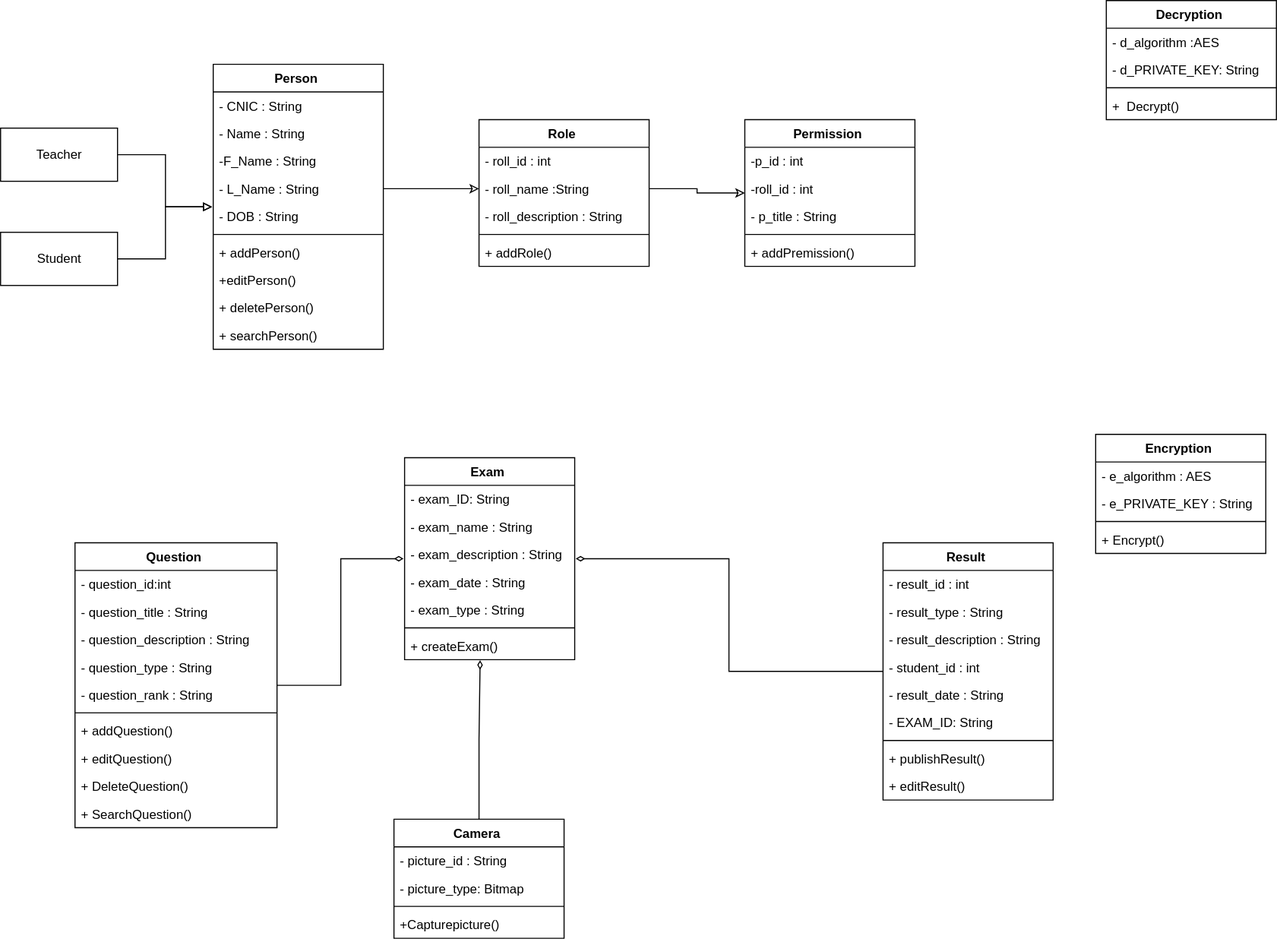
Zaeem6100/FYP-Documents keeps this draw.io diagram as Class Diagram.drawio.svg. Above is the earlier version. Source tidied: cells renumbered, new cells last; positions are measured from the earlier drawing's top-left corner, leaving out a move shared by most shapes.
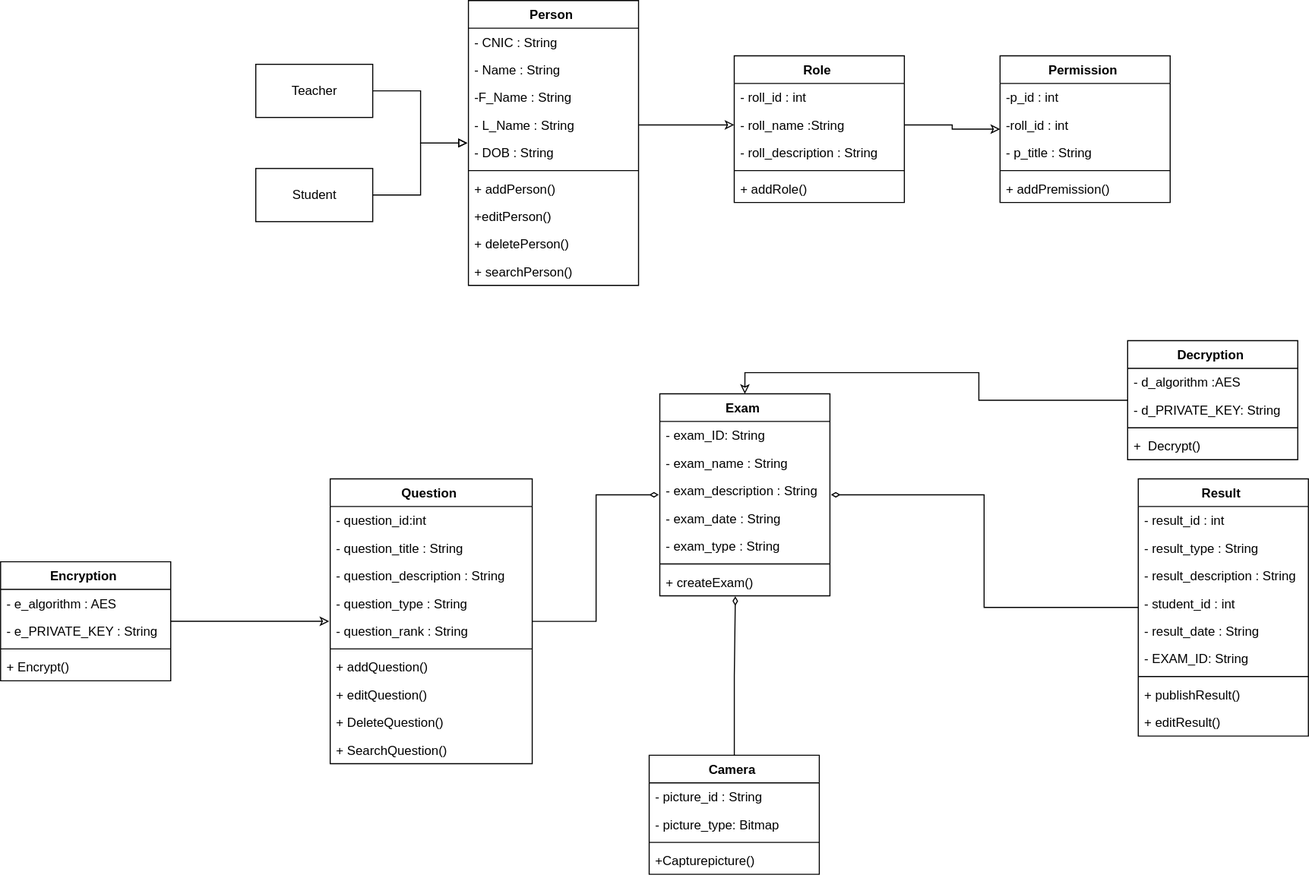
After the change.

Change to the diagram source:
```diff
@@ -146,8 +146,11 @@
     <mxCell id="49" value="+Capturepicture()" style="text;strokeColor=none;fillColor=none;align=left;verticalAlign=top;spacingLeft=4;spacingRight=4;overflow=hidden;" parent="45" vertex="1">
       <mxGeometry y="86" width="160" height="26" as="geometry" />
     </mxCell>
+    <mxCell id="78" style="edgeStyle=orthogonalEdgeStyle;rounded=0;sketch=0;jumpSize=17;jettySize=auto;html=1;shadow=0;endArrow=classic;endFill=0;targetPerimeterSpacing=1;strokeColor=#000000;strokeWidth=1;" parent="1" edge="1" source="50" target="22">
+      <mxGeometry relative="1" as="geometry" />
+    </mxCell>
     <mxCell id="50" value="Encryption " style="swimlane;fontStyle=1;align=center;verticalAlign=top;horizontal=1;startSize=26;" parent="1" vertex="1">
-      <mxGeometry x="1030" y="408" width="160" height="112" as="geometry" />
+      <mxGeometry x="-240" y="588" width="160" height="112" as="geometry" />
     </mxCell>
     <mxCell id="51" value="- e_algorithm : AES" style="text;strokeColor=none;fillColor=none;align=left;verticalAlign=top;spacingLeft=4;spacingRight=4;overflow=hidden;" parent="50" vertex="1">
       <mxGeometry y="26" width="160" height="26" as="geometry" />
@@ -161,8 +164,11 @@
     <mxCell id="54" value="+ Encrypt()" style="text;strokeColor=none;fillColor=none;align=left;verticalAlign=top;spacingLeft=4;spacingRight=4;overflow=hidden;" parent="50" vertex="1">
       <mxGeometry y="86" width="160" height="26" as="geometry" />
     </mxCell>
+    <mxCell id="79" style="edgeStyle=orthogonalEdgeStyle;rounded=0;sketch=0;jumpSize=17;jettySize=auto;html=1;shadow=0;endArrow=classic;endFill=0;targetPerimeterSpacing=1;strokeColor=#000000;strokeWidth=1;entryX=0.5;entryY=0;entryDx=0;entryDy=0;" parent="1" edge="1" source="55" target="13">
+      <mxGeometry relative="1" as="geometry" />
+    </mxCell>
     <mxCell id="55" value="Decryption " style="swimlane;fontStyle=1;align=center;verticalAlign=top;horizontal=1;startSize=26;" parent="1" vertex="1">
-      <mxGeometry x="1040" width="160" height="112" as="geometry" />
+      <mxGeometry x="820" y="380" width="160" height="112" as="geometry" />
     </mxCell>
     <mxCell id="56" value="- d_algorithm :AES " style="text;strokeColor=none;fillColor=none;align=left;verticalAlign=top;spacingLeft=4;spacingRight=4;overflow=hidden;" parent="55" vertex="1">
       <mxGeometry y="26" width="160" height="26" as="geometry" />
```
